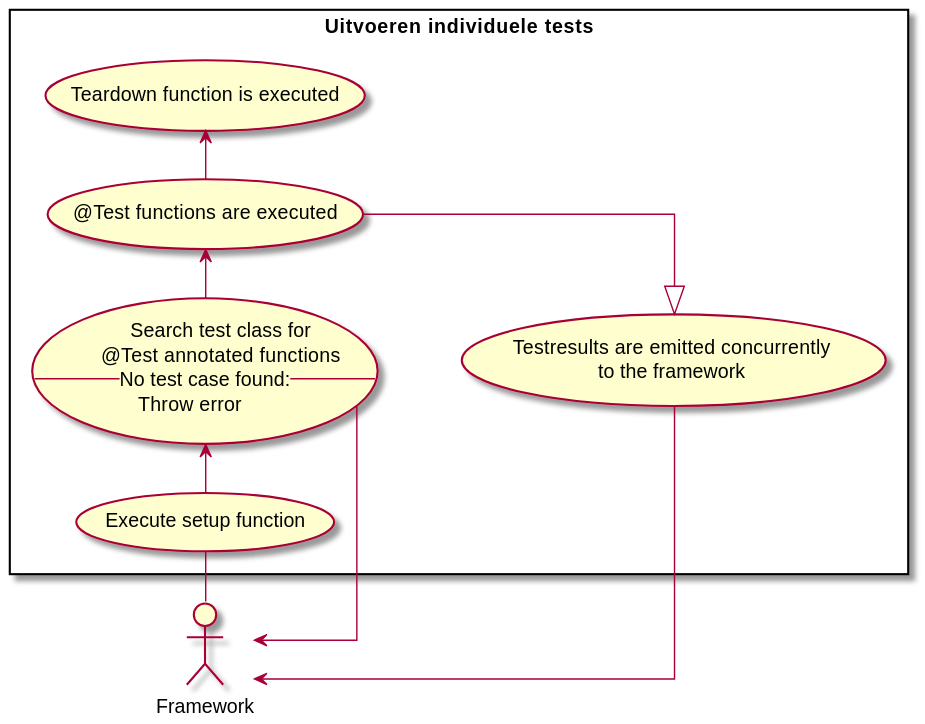
The PlantUML diagram out/Scenarios/IndividualTest/usecase.svg in dannypas00/bouw7-uml, before a commit. Its diagram source:
```plantuml
@startuml usecase
left to right direction
skinparam linetype ortho


actor caller as "Framework"

rectangle usecase as "Uitvoeren individuele tests" {
    usecase setup as "Execute setup function"
    usecase search as "Search test class for
        @Test annotated functions
        --No test case found:--
        Throw error"
    usecase execute as "@Test functions are executed"
    usecase return as "Testresults are emitted concurrently
    to the framework"
    usecase teardown as "Teardown function is executed"
}

caller -- setup
setup -> search
search -> execute
search -right-> caller
execute --|> return
return -right-> caller
execute -> teardown

@enduml
```
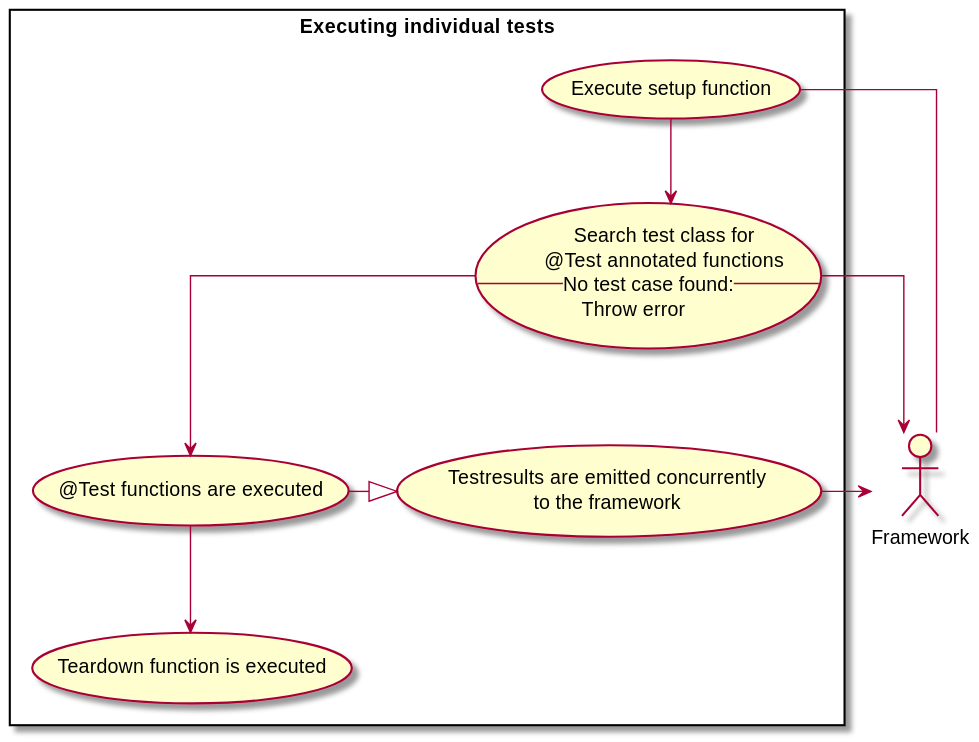
After the change.

What changed in the source:
```diff
@@ -1,11 +1,10 @@
 @startuml usecase
-left to right direction
 skinparam linetype ortho
 
 
 actor caller as "Framework"
 
-rectangle usecase as "Uitvoeren individuele tests" {
+rectangle usecase as "Executing individual tests" {
     usecase setup as "Execute setup function"
     usecase search as "Search test class for
         @Test annotated functions
@@ -17,12 +16,12 @@
     usecase teardown as "Teardown function is executed"
 }
 
-caller -- setup
-setup -> search
-search -> execute
-search -right-> caller
-execute --|> return
-return -right-> caller
-execute -> teardown
+setup - caller
+setup --> search
+search --> execute
+search -> caller
+execute -|> return
+return -> caller
+execute --> teardown
 
 @enduml
```
